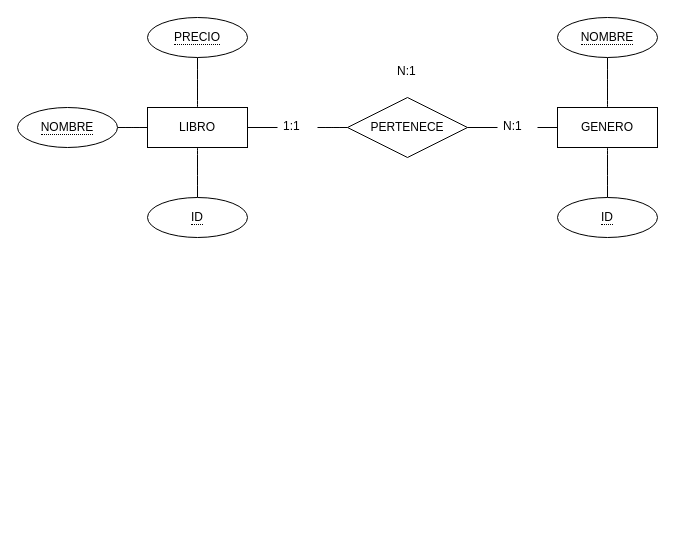
Before: page "Ejemplo 1" (2 of 4) of Relacion_entidad.io.drawio in leoandyaz/Base-de-datos, a draw.io diagram. Source tidied: cells renumbered, new cells numbered last; positions are measured from the earlier drawing's top-left corner, leaving out a move shared by most shapes. Both pictures are drawn from the tidied source at 100%, with x=0, y=0 at pixel (17, 17).
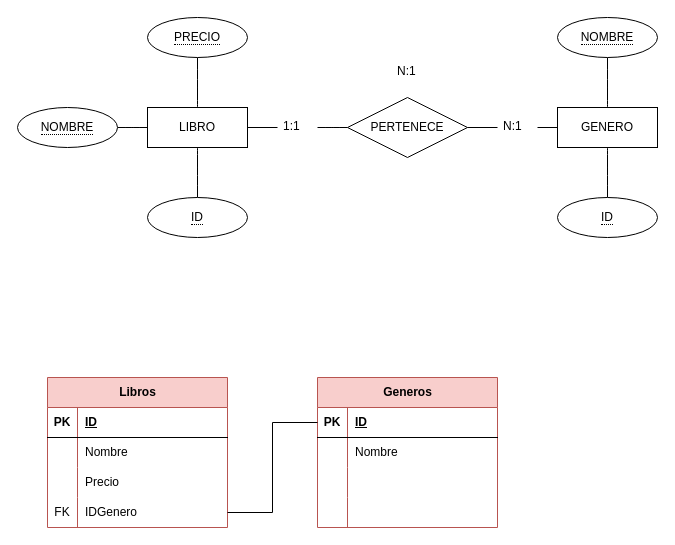
The same diagram, later.

What changed in the source:
```diff
@@
+    <mxCell id="22" value="Libros" style="shape=table;startSize=30;childLayout=tableLayout;rowLines=0;fontStyle=1;align=center;html=1;fillColor=#f8cecc;strokeColor=#b85450;" parent="1" vertex="1">
+      <mxGeometry x="30" y="360" width="180" height="150" as="geometry" />
+    </mxCell>
+    <mxCell id="23" style="shape=tableRow;horizontal=0;startSize=0;swimlaneHead=0;swimlaneBody=0;fillColor=none;top=0;left=0;right=0;bottom=1;" parent="22" vertex="1">
+      <mxGeometry y="30" width="180" height="30" as="geometry" />
+    </mxCell>
+    <mxCell id="24" value="PK" style="shape=partialRectangle;fillColor=none;top=0;left=0;bottom=0;right=0;fontStyle=1;overflow=hidden;whiteSpace=wrap;html=1;" parent="23" vertex="1">
+      <mxGeometry width="30" height="30" as="geometry" />
+    </mxCell>
+    <mxCell id="25" value="ID" style="shape=partialRectangle;fillColor=none;top=0;left=0;bottom=0;right=0;align=left;spacingLeft=6;fontStyle=5;overflow=hidden;whiteSpace=wrap;html=1;" parent="23" vertex="1">
+      <mxGeometry x="30" width="150" height="30" as="geometry" />
+    </mxCell>
+    <mxCell id="26" style="shape=tableRow;horizontal=0;startSize=0;swimlaneHead=0;swimlaneBody=0;fillColor=none;top=0;left=0;right=0;bottom=0;" parent="22" vertex="1">
+      <mxGeometry y="60" width="180" height="30" as="geometry" />
+    </mxCell>
+    <mxCell id="27" style="shape=partialRectangle;fillColor=none;top=0;left=0;bottom=0;right=0;overflow=hidden;whiteSpace=wrap;html=1;" parent="26" vertex="1">
+      <mxGeometry width="30" height="30" as="geometry" />
+    </mxCell>
+    <mxCell id="28" value="Nombre" style="shape=partialRectangle;fillColor=none;top=0;left=0;bottom=0;right=0;align=left;spacingLeft=6;overflow=hidden;whiteSpace=wrap;html=1;" parent="26" vertex="1">
+      <mxGeometry x="30" width="150" height="30" as="geometry" />
+    </mxCell>
+    <mxCell id="29" style="shape=tableRow;horizontal=0;startSize=0;swimlaneHead=0;swimlaneBody=0;fillColor=none;top=0;left=0;right=0;bottom=0;" parent="22" vertex="1">
+      <mxGeometry y="90" width="180" height="30" as="geometry" />
+    </mxCell>
+    <mxCell id="30" style="shape=partialRectangle;fillColor=none;top=0;left=0;bottom=0;right=0;overflow=hidden;whiteSpace=wrap;html=1;" parent="29" vertex="1">
+      <mxGeometry width="30" height="30" as="geometry" />
+    </mxCell>
+    <mxCell id="31" value="Precio" style="shape=partialRectangle;fillColor=none;top=0;left=0;bottom=0;right=0;align=left;spacingLeft=6;overflow=hidden;whiteSpace=wrap;html=1;" parent="29" vertex="1">
+      <mxGeometry x="30" width="150" height="30" as="geometry" />
+    </mxCell>
+    <mxCell id="32" style="shape=tableRow;horizontal=0;startSize=0;swimlaneHead=0;swimlaneBody=0;fillColor=none;points=[[0,0.5],[1,0.5]];portConstraint=eastwest;top=0;left=0;right=0;bottom=0;" parent="22" vertex="1">
+      <mxGeometry y="120" width="180" height="30" as="geometry" />
+    </mxCell>
+    <mxCell id="33" value="FK" style="shape=partialRectangle;fillColor=none;top=0;left=0;bottom=0;right=0;overflow=hidden;whiteSpace=wrap;html=1;" parent="32" vertex="1">
+      <mxGeometry width="30" height="30" as="geometry" />
+    </mxCell>
+    <mxCell id="34" value="IDGenero" style="shape=partialRectangle;fillColor=none;top=0;left=0;bottom=0;right=0;align=left;spacingLeft=6;overflow=hidden;whiteSpace=wrap;html=1;" parent="32" vertex="1">
+      <mxGeometry x="30" width="150" height="30" as="geometry" />
+    </mxCell>
+    <mxCell id="35" value="Generos" style="shape=table;startSize=30;childLayout=tableLayout;rowLines=0;fontStyle=1;align=center;html=1;fillColor=#f8cecc;strokeColor=#b85450;" parent="1" vertex="1">
+      <mxGeometry x="300" y="360" width="180" height="150" as="geometry" />
+    </mxCell>
+    <mxCell id="36" style="shape=tableRow;horizontal=0;startSize=0;swimlaneHead=0;swimlaneBody=0;fillColor=none;points=[[0,0.5],[1,0.5]];portConstraint=eastwest;top=0;left=0;right=0;bottom=1;" parent="35" vertex="1">
+      <mxGeometry y="30" width="180" height="30" as="geometry" />
+    </mxCell>
+    <mxCell id="37" value="PK" style="shape=partialRectangle;fillColor=none;top=0;left=0;bottom=0;right=0;fontStyle=1;overflow=hidden;whiteSpace=wrap;html=1;" parent="36" vertex="1">
+      <mxGeometry width="30" height="30" as="geometry" />
+    </mxCell>
+    <mxCell id="38" value="ID" style="shape=partialRectangle;fillColor=none;top=0;left=0;bottom=0;right=0;align=left;spacingLeft=6;fontStyle=5;overflow=hidden;whiteSpace=wrap;html=1;" parent="36" vertex="1">
+      <mxGeometry x="30" width="150" height="30" as="geometry" />
+    </mxCell>
+    <mxCell id="39" style="shape=tableRow;horizontal=0;startSize=0;swimlaneHead=0;swimlaneBody=0;fillColor=none;top=0;left=0;right=0;bottom=0;" parent="35" vertex="1">
+      <mxGeometry y="60" width="180" height="30" as="geometry" />
+    </mxCell>
+    <mxCell id="40" style="shape=partialRectangle;fillColor=none;top=0;left=0;bottom=0;right=0;overflow=hidden;whiteSpace=wrap;html=1;" parent="39" vertex="1">
+      <mxGeometry width="30" height="30" as="geometry" />
+    </mxCell>
+    <mxCell id="41" value="Nombre" style="shape=partialRectangle;fillColor=none;top=0;left=0;bottom=0;right=0;align=left;spacingLeft=6;overflow=hidden;whiteSpace=wrap;html=1;" parent="39" vertex="1">
+      <mxGeometry x="30" width="150" height="30" as="geometry" />
+    </mxCell>
+    <mxCell id="42" style="shape=tableRow;horizontal=0;startSize=0;swimlaneHead=0;swimlaneBody=0;fillColor=none;top=0;left=0;right=0;bottom=0;" parent="35" vertex="1">
+      <mxGeometry y="90" width="180" height="30" as="geometry" />
+    </mxCell>
+    <mxCell id="43" style="shape=partialRectangle;fillColor=none;top=0;left=0;bottom=0;right=0;overflow=hidden;whiteSpace=wrap;html=1;" parent="42" vertex="1">
+      <mxGeometry width="30" height="30" as="geometry" />
+    </mxCell>
+    <mxCell id="44" style="shape=partialRectangle;fillColor=none;top=0;left=0;bottom=0;right=0;align=left;spacingLeft=6;overflow=hidden;whiteSpace=wrap;html=1;" parent="42" vertex="1">
+      <mxGeometry x="30" width="150" height="30" as="geometry" />
+    </mxCell>
+    <mxCell id="45" style="shape=tableRow;horizontal=0;startSize=0;swimlaneHead=0;swimlaneBody=0;fillColor=none;top=0;left=0;right=0;bottom=0;" parent="35" vertex="1">
+      <mxGeometry y="120" width="180" height="30" as="geometry" />
+    </mxCell>
+    <mxCell id="46" style="shape=partialRectangle;fillColor=none;top=0;left=0;bottom=0;right=0;overflow=hidden;whiteSpace=wrap;html=1;" parent="45" vertex="1">
+      <mxGeometry width="30" height="30" as="geometry" />
+    </mxCell>
+    <mxCell id="47" style="shape=partialRectangle;fillColor=none;top=0;left=0;bottom=0;right=0;align=left;spacingLeft=6;overflow=hidden;whiteSpace=wrap;html=1;" parent="45" vertex="1">
+      <mxGeometry x="30" width="150" height="30" as="geometry" />
+    </mxCell>
+    <mxCell id="48" style="edgeStyle=orthogonalEdgeStyle;rounded=0;jettySize=auto;html=1;entryX=0;entryY=0.5;entryDx=0;entryDy=0;endArrow=none;endFill=0;" parent="1" edge="1" source="32" target="36">
+      <mxGeometry relative="1" as="geometry" />
+    </mxCell>
```
